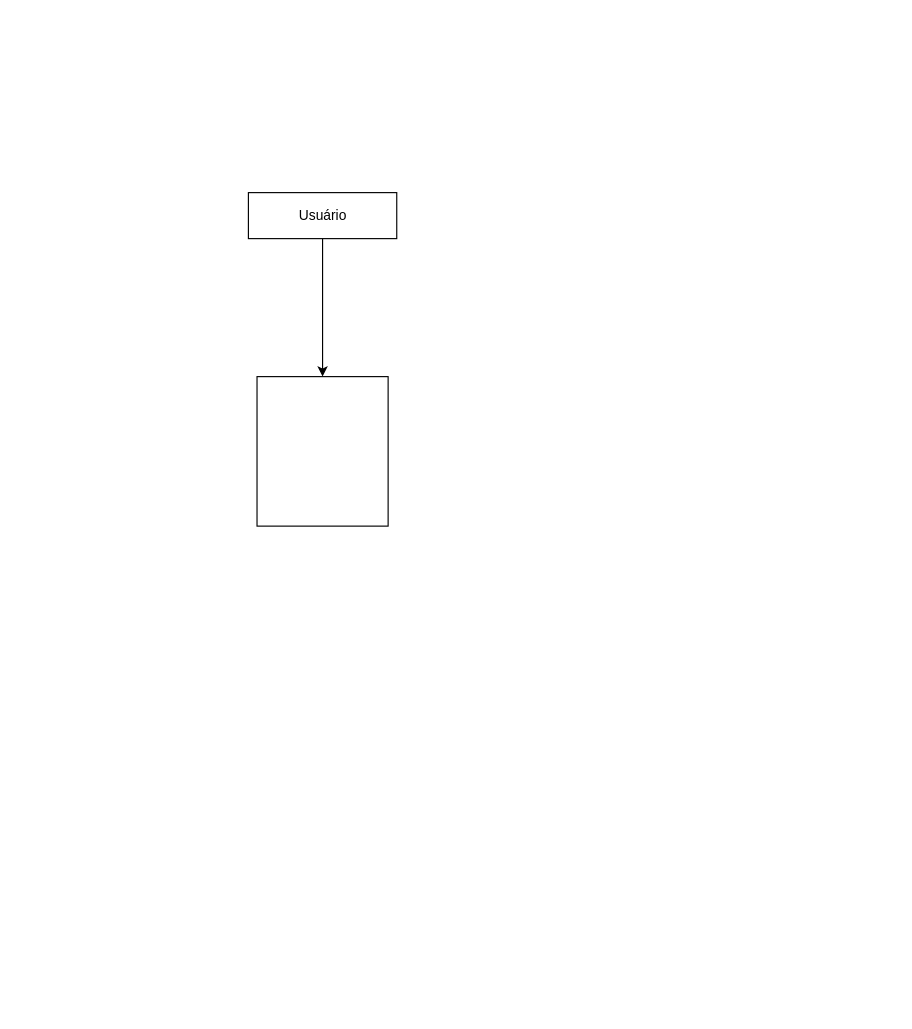
Before: Diagramas/Arquitetura/Diagrama sem nome.drawio in CaioBr3080/INF1040-BACKUPMANAGER, a draw.io diagram. Source tidied: cells renumbered, new cells numbered last; positions are measured from the earlier drawing's top-left corner, leaving out a move shared by most shapes. Both pictures are drawn from the tidied source at 115%, with x=0, y=0 at pixel (248, 192).
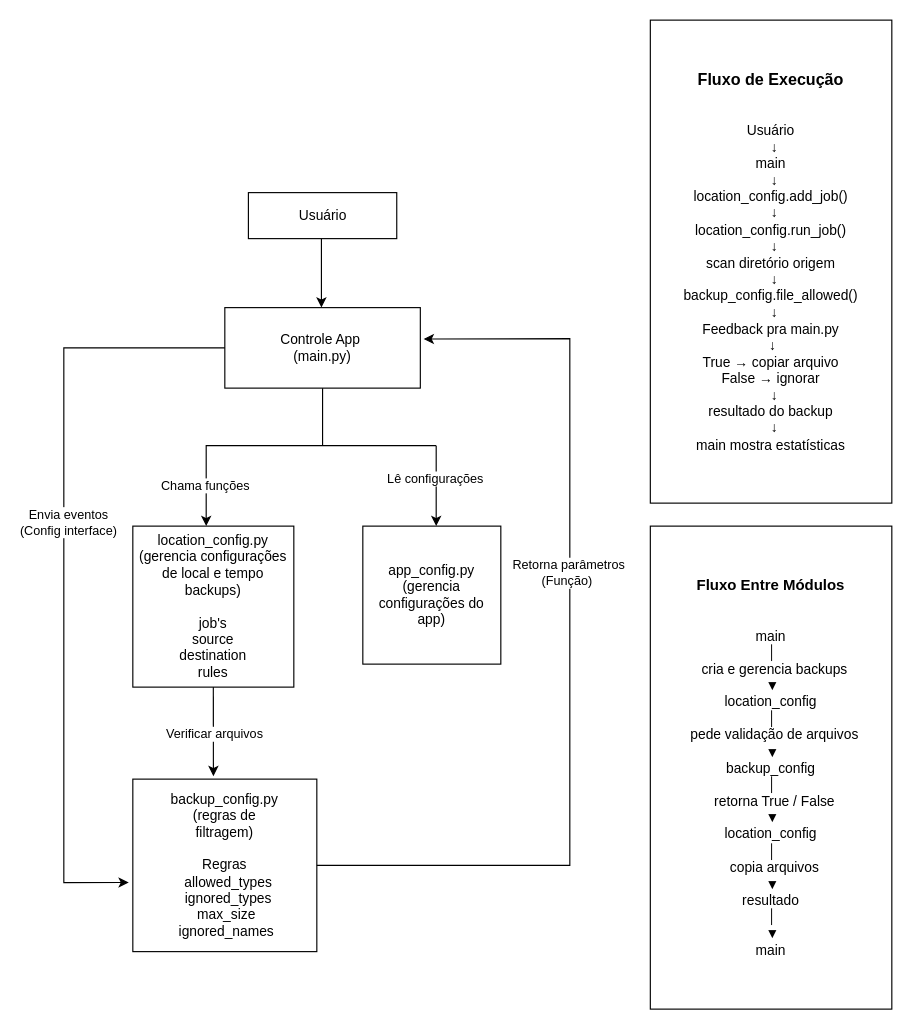
Above is the later version.

The change refers to these unchanged cells:
```xml
<mxCell id="3" value="Usuário" style="rounded=0;whiteSpace=wrap;html=1;" parent="1" vertex="1">
  <mxGeometry x="-0.5" width="129" height="40" as="geometry" />
</mxCell>
```

Change to the diagram source:
```diff
@@
-    <mxCell id="2" style="rounded=0;jettySize=auto;html=1;" parent="1" edge="1" source="3" target="4">
-      <mxGeometry relative="1" as="geometry" />
+    <mxCell id="2" style="rounded=0;orthogonalLoop=1;jettySize=auto;html=1;" parent="1" edge="1">
+      <mxGeometry relative="1" as="geometry">
+        <mxPoint x="63" y="40" as="sourcePoint" />
+        <mxPoint x="63" y="100" as="targetPoint" />
+      </mxGeometry>
     </mxCell>
@@
-    <mxCell id="4" style="rounded=0;whiteSpace=wrap;html=1;" parent="1" vertex="1">
-      <mxGeometry x="7" y="160" width="114" height="130" as="geometry" />
-    </mxCell>
+    <mxCell id="5" style="edgeStyle=orthogonalEdgeStyle;rounded=0;orthogonalLoop=1;jettySize=auto;html=1;" parent="1" edge="1">
+      <mxGeometry relative="1" as="geometry">
+        <mxPoint x="162.8" y="220" as="sourcePoint" />
+        <mxPoint x="-37.2" y="290" as="targetPoint" />
+        <Array as="points">
+          <mxPoint x="162.8" y="220" />
+          <mxPoint x="-37.2" y="220" />
+        </Array>
+      </mxGeometry>
+    </mxCell>
+    <mxCell id="6" value="Chama funções" style="edgeLabel;html=1;align=center;verticalAlign=middle;" parent="5" vertex="1">
+      <mxGeometry x="0.73" y="-1" relative="1" as="geometry" />
+    </mxCell>
+    <mxCell id="7" style="endArrow=classic;html=1;rounded=0;" parent="1" edge="1">
+      <mxGeometry relative="1" as="geometry">
+        <mxPoint x="162.8" y="220" as="sourcePoint" />
+        <mxPoint x="162.8" y="290" as="targetPoint" />
+        <Array as="points">
+          <mxPoint x="162.8" y="240" />
+        </Array>
+      </mxGeometry>
+    </mxCell>
+    <mxCell id="8" value="Lê configurações" style="edgeLabel;html=1;align=center;verticalAlign=middle;" parent="7" vertex="1">
+      <mxGeometry x="-0.19" y="-1" relative="1" as="geometry" />
+    </mxCell>
+    <mxCell id="9" value="Controle App&amp;nbsp;&lt;div&gt;(main.py)&lt;/div&gt;" style="rounded=0;whiteSpace=wrap;html=1;" parent="1" vertex="1">
+      <mxGeometry x="-21" y="100" width="170" height="70" as="geometry" />
+    </mxCell>
+    <mxCell id="10" style="endArrow=none;html=1;rounded=0;entryX=0.5;entryY=1;entryDx=0;entryDy=0;" parent="1" edge="1" target="9">
+      <mxGeometry relative="1" as="geometry">
+        <mxPoint x="64" y="220" as="sourcePoint" />
+      </mxGeometry>
+    </mxCell>
+    <mxCell id="11" value="location_config.py&lt;div&gt;(gerencia configurações de local e tempo backups)&lt;/div&gt;&lt;div&gt;&lt;br&gt;&lt;/div&gt;&lt;div&gt;job's&lt;br&gt;source&lt;br&gt;destination&lt;br&gt;rules&lt;/div&gt;" style="rounded=0;whiteSpace=wrap;html=1;" parent="1" vertex="1">
+      <mxGeometry x="-101" y="290" width="140" height="140" as="geometry" />
+    </mxCell>
+    <mxCell id="12" value="app_config.py&lt;br&gt;(gerencia configurações do app)" style="rounded=0;whiteSpace=wrap;html=1;" parent="1" vertex="1">
+      <mxGeometry x="99" y="290" width="120" height="120" as="geometry" />
+    </mxCell>
+    <mxCell id="13" style="endArrow=classic;html=1;rounded=0;exitX=0.5;exitY=1;exitDx=0;exitDy=0;entryX=0.438;entryY=-0.017;entryDx=0;entryDy=0;entryPerimeter=0;" parent="1" edge="1" source="11" target="15">
+      <mxGeometry relative="1" as="geometry" />
+    </mxCell>
+    <mxCell id="14" value="Verificar arquivos" style="edgeLabel;html=1;align=center;verticalAlign=middle;" parent="13" vertex="1">
+      <mxGeometry x="-0.28" y="-2" relative="1" as="geometry">
+        <mxPoint x="2" y="12" as="offset" />
+      </mxGeometry>
+    </mxCell>
+    <mxCell id="15" value="backup_config.py&lt;br&gt;(regras de&lt;br&gt;filtragem)&lt;div&gt;&lt;br&gt;&lt;/div&gt;&lt;div&gt;&lt;div&gt;Regras&lt;/div&gt;&lt;div&gt;&amp;nbsp; allowed_types&lt;/div&gt;&lt;div&gt;&amp;nbsp; ignored_types&lt;/div&gt;&lt;div&gt;&amp;nbsp;max_size&lt;/div&gt;&lt;div&gt;&amp;nbsp;ignored_names&lt;/div&gt;&lt;/div&gt;" style="rounded=0;whiteSpace=wrap;html=1;" parent="1" vertex="1">
+      <mxGeometry x="-101" y="510" width="160" height="150" as="geometry" />
+    </mxCell>
+    <mxCell id="16" style="endArrow=classic;html=1;rounded=0;exitX=0;exitY=0.5;exitDx=0;exitDy=0;entryX=-0.022;entryY=0.599;entryDx=0;entryDy=0;entryPerimeter=0;" parent="1" edge="1" source="9" target="15">
+      <mxGeometry relative="1" as="geometry">
+        <Array as="points">
+          <mxPoint x="-161" y="135" />
+          <mxPoint x="-161" y="330" />
+          <mxPoint x="-161" y="600" />
+        </Array>
+      </mxGeometry>
+    </mxCell>
+    <mxCell id="17" value="Envia eventos&lt;div&gt;(Config interface)&lt;/div&gt;" style="edgeLabel;html=1;align=center;verticalAlign=middle;" parent="16" vertex="1">
+      <mxGeometry x="-0.12" y="3" relative="1" as="geometry" />
+    </mxCell>
+    <mxCell id="18" value="&lt;div&gt;&lt;font style=&quot;font-size: 14px;&quot;&gt;&lt;b&gt;Fluxo de Execução&lt;/b&gt;&lt;/font&gt;&lt;/div&gt;&lt;div&gt;&lt;br&gt;&lt;/div&gt;&lt;div&gt;&lt;br&gt;&lt;/div&gt;&lt;div&gt;Usuário&lt;/div&gt;&lt;div&gt;&amp;nbsp; ↓&lt;/div&gt;&lt;div&gt;main&lt;/div&gt;&lt;div&gt;&amp;nbsp; ↓&lt;/div&gt;&lt;div&gt;location_config.add_job()&lt;/div&gt;&lt;div&gt;&amp;nbsp; ↓&lt;/div&gt;&lt;div&gt;location_config.run_job()&lt;/div&gt;&lt;div&gt;&amp;nbsp; ↓&lt;/div&gt;&lt;div&gt;scan diretório origem&lt;/div&gt;&lt;div&gt;&amp;nbsp; ↓&lt;/div&gt;&lt;div&gt;backup_config.file_allowed()&lt;/div&gt;&lt;div&gt;&amp;nbsp; ↓&lt;/div&gt;&lt;div&gt;Feedback pra main.py&lt;/div&gt;&lt;div&gt;&amp;nbsp;↓&lt;/div&gt;&lt;div&gt;True → copiar arquivo&lt;/div&gt;&lt;div&gt;False → ignorar&lt;/div&gt;&lt;div&gt;&amp;nbsp; ↓&lt;/div&gt;&lt;div&gt;resultado do backup&lt;/div&gt;&lt;div&gt;&amp;nbsp; ↓&lt;/div&gt;&lt;div&gt;main mostra estatísticas&lt;/div&gt;" style="rounded=0;whiteSpace=wrap;html=1;" parent="1" vertex="1">
+      <mxGeometry x="349" y="-150" width="210" height="420" as="geometry" />
+    </mxCell>
+    <mxCell id="19" style="endArrow=classic;html=1;rounded=0;exitX=1;exitY=0.5;exitDx=0;exitDy=0;entryX=1.017;entryY=0.39;entryDx=0;entryDy=0;entryPerimeter=0;" parent="1" edge="1" source="15" target="9">
+      <mxGeometry relative="1" as="geometry">
+        <Array as="points">
+          <mxPoint x="279" y="585" />
+          <mxPoint x="279" y="127" />
+        </Array>
+      </mxGeometry>
+    </mxCell>
+    <mxCell id="20" value="Retorna parâmetros&lt;div&gt;(Função)&amp;nbsp;&lt;/div&gt;" style="edgeLabel;html=1;align=center;verticalAlign=middle;" parent="19" vertex="1">
+      <mxGeometry x="0.18" y="2" relative="1" as="geometry" />
+    </mxCell>
+    <mxCell id="21" value="&lt;div&gt;&lt;font style=&quot;font-size: 13px;&quot;&gt;&lt;b&gt;Fluxo Entre Módulos&lt;/b&gt;&lt;/font&gt;&lt;/div&gt;&lt;div&gt;&lt;br&gt;&lt;/div&gt;&lt;div&gt;&lt;br&gt;&lt;/div&gt;&lt;div&gt;&lt;div&gt;main&lt;/div&gt;&lt;div&gt;&amp;nbsp;│&lt;/div&gt;&lt;div&gt;&amp;nbsp; cria e gerencia backups&lt;/div&gt;&lt;div&gt;&amp;nbsp;▼&lt;/div&gt;&lt;div&gt;location_config&lt;/div&gt;&lt;div&gt;&amp;nbsp;│&lt;/div&gt;&lt;div&gt;&amp;nbsp; pede validação de arquivos&lt;/div&gt;&lt;div&gt;&amp;nbsp;▼&lt;/div&gt;&lt;div&gt;backup_config&lt;/div&gt;&lt;div&gt;&amp;nbsp;│&lt;/div&gt;&lt;div&gt;&amp;nbsp; retorna True / False&lt;/div&gt;&lt;div&gt;&amp;nbsp;▼&lt;/div&gt;&lt;div&gt;location_config&lt;/div&gt;&lt;div&gt;&amp;nbsp;│&lt;/div&gt;&lt;div&gt;&amp;nbsp; copia arquivos&lt;/div&gt;&lt;div&gt;&amp;nbsp;▼&lt;/div&gt;&lt;div&gt;resultado&lt;/div&gt;&lt;div&gt;&amp;nbsp;│&lt;/div&gt;&lt;div&gt;&amp;nbsp;▼&lt;/div&gt;&lt;div&gt;main&lt;/div&gt;&lt;/div&gt;" style="rounded=0;whiteSpace=wrap;html=1;" parent="1" vertex="1">
+      <mxGeometry x="349" y="290" width="210" height="420" as="geometry" />
+    </mxCell>
```
